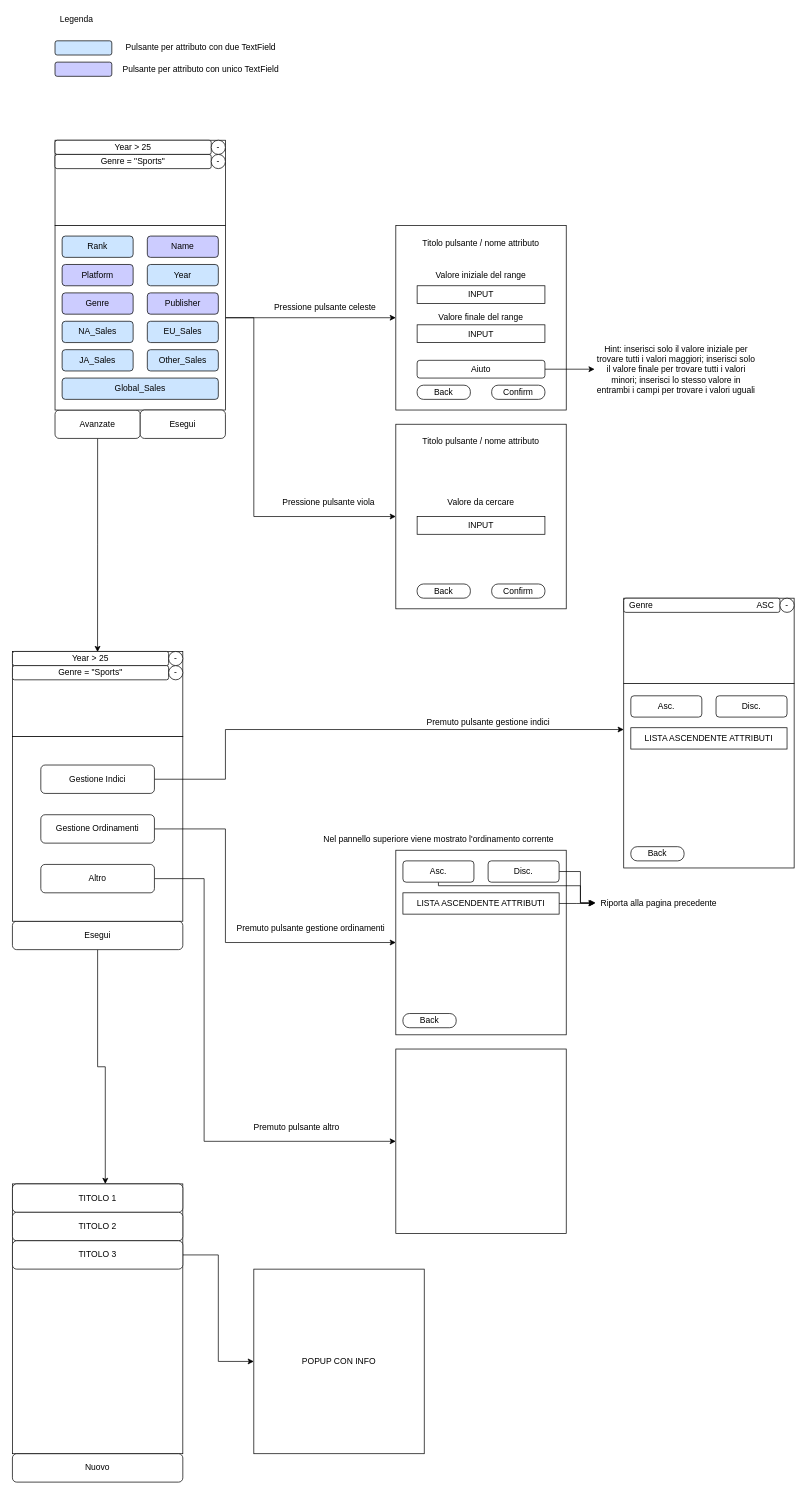
This is Documentation/Schema Interfacce.drawio from frekkanzer2/VGSalesDataAnalyzer, a draw.io file, before an edit. Source tidied: cells renumbered, new cells numbered last; positions are measured from the earlier drawing's top-left corner, leaving out a move shared by most shapes. Both pictures are drawn from the tidied source at 71%, with x=0, y=0 at pixel (12, 12).
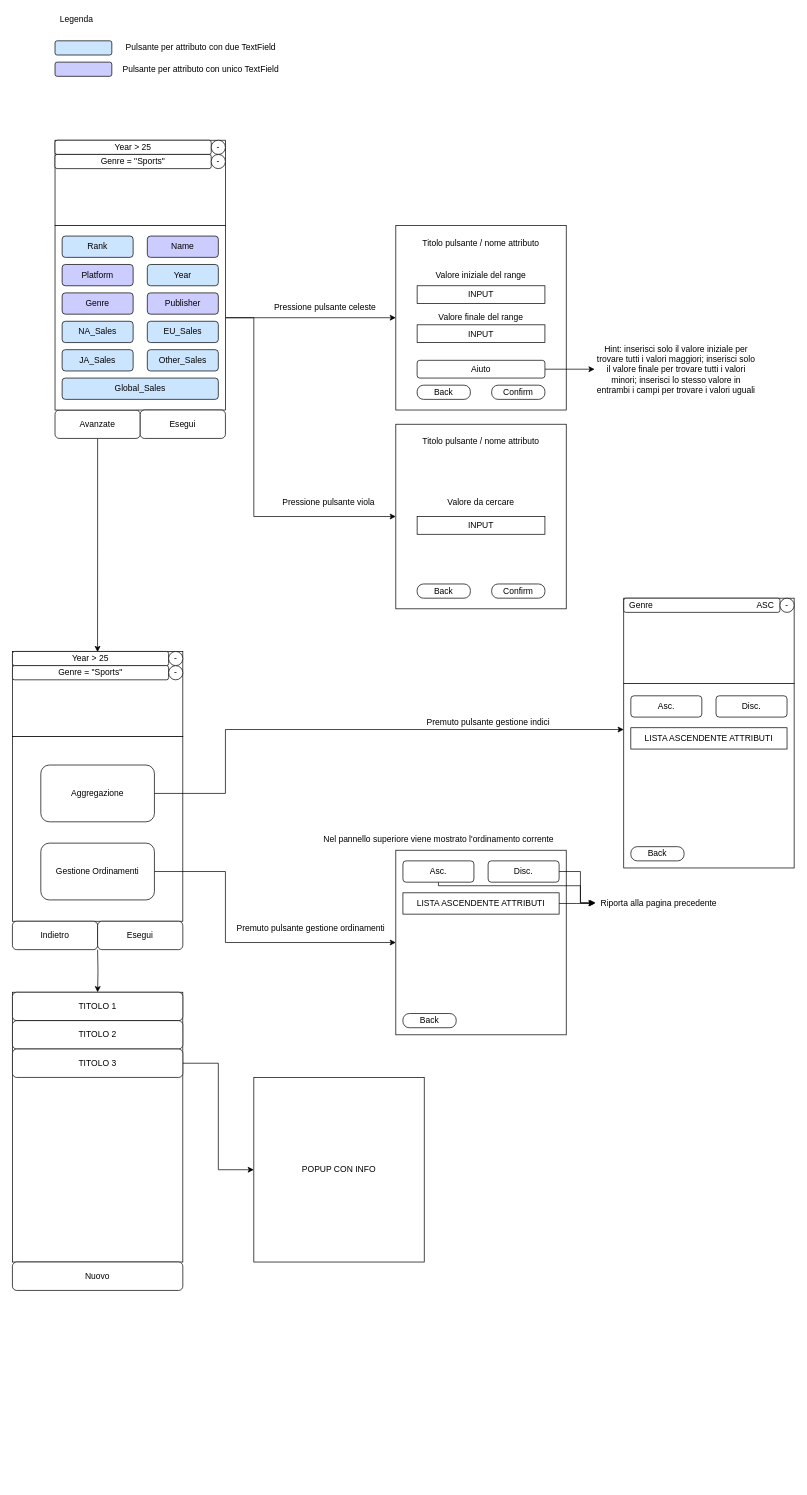
Above is the later version.

Commit message (it also covers changes not shown here):
Updated schema + added aggregation interface

Unchanged cells that the change refers to:
```xml
<mxCell id="76" style="rounded=0;whiteSpace=wrap;html=1;" parent="1" vertex="1">
  <mxGeometry x="861" y="945" width="240" height="260" as="geometry" />
</mxCell>
```

Change to the diagram source:
```diff
@@
-    <mxCell id="52" style="edgeStyle=orthogonalEdgeStyle;rounded=0;jettySize=auto;html=1;entryX=0.545;entryY=0;entryDx=0;entryDy=0;entryPerimeter=0;" parent="1" edge="1" source="53" target="85">
-      <mxGeometry relative="1" as="geometry" />
+    <mxCell id="52" style="edgeStyle=orthogonalEdgeStyle;rounded=0;jettySize=auto;html=1;entryX=0.5;entryY=0;entryDx=0;entryDy=0;" parent="1" edge="1" target="85">
+      <mxGeometry relative="1" as="geometry">
+        <mxPoint x="120" y="1320" as="sourcePoint" />
+      </mxGeometry>
     </mxCell>
-    <mxCell id="53" value="Esegui" style="rounded=1;whiteSpace=wrap;html=1;" parent="1" vertex="1">
-      <mxGeometry y="1280" width="240" height="40" as="geometry" />
-    </mxCell>
@@
     <mxCell id="55" style="edgeStyle=orthogonalEdgeStyle;rounded=0;jettySize=auto;html=1;entryX=0;entryY=0.25;entryDx=0;entryDy=0;" parent="1" edge="1" source="56" target="76">
       <mxGeometry relative="1" as="geometry">
         <Array as="points">
-          <mxPoint x="300" y="1080" />
+          <mxPoint x="300" y="1100" />
           <mxPoint x="300" y="1010" />
         </Array>
       </mxGeometry>
     </mxCell>
-    <mxCell id="56" value="Gestione Indici" style="rounded=1;whiteSpace=wrap;html=1;fillColor=#FFFFFF;" parent="1" vertex="1">
-      <mxGeometry x="40" y="1060" width="160" height="40" as="geometry" />
+    <mxCell id="56" value="Aggregazione" style="rounded=1;whiteSpace=wrap;html=1;fillColor=#FFFFFF;" parent="1" vertex="1">
+      <mxGeometry x="40" y="1060" width="160" height="80" as="geometry" />
     </mxCell>
-    <mxCell id="57" style="edgeStyle=orthogonalEdgeStyle;rounded=0;jettySize=auto;html=1;entryX=0;entryY=0.5;entryDx=0;entryDy=0;" parent="1" edge="1" source="58" target="63">
-      <mxGeometry relative="1" as="geometry">
-        <Array as="points">
-          <mxPoint x="270" y="1220" />
-          <mxPoint x="270" y="1590" />
-        </Array>
-      </mxGeometry>
-    </mxCell>
-    <mxCell id="58" value="Altro" style="rounded=1;whiteSpace=wrap;html=1;fillColor=#FFFFFF;" parent="1" vertex="1">
-      <mxGeometry x="40" y="1200" width="160" height="40" as="geometry" />
-    </mxCell>
     <mxCell id="59" style="edgeStyle=orthogonalEdgeStyle;rounded=0;jettySize=auto;html=1;entryX=0;entryY=0.5;entryDx=0;entryDy=0;" parent="1" edge="1" source="60">
       <mxGeometry relative="1" as="geometry">
         <mxPoint x="540" y="1310" as="targetPoint" />
         <Array as="points">
-          <mxPoint x="300" y="1150" />
+          <mxPoint x="300" y="1210" />
           <mxPoint x="300" y="1310" />
         </Array>
       </mxGeometry>
     </mxCell>
     <mxCell id="60" value="Gestione Ordinamenti" style="rounded=1;whiteSpace=wrap;html=1;fillColor=#FFFFFF;" parent="1" vertex="1">
-      <mxGeometry x="40" y="1130" width="160" height="40" as="geometry" />
+      <mxGeometry x="40" y="1170" width="160" height="80" as="geometry" />
     </mxCell>
@@
-    <mxCell id="63" style="rounded=0;whiteSpace=wrap;html=1;" parent="1" vertex="1">
-      <mxGeometry x="540" y="1460" width="240" height="260" as="geometry" />
-    </mxCell>
@@
-    <mxCell id="65" value="Premuto pulsante altro" style="text;html=1;align=center;verticalAlign=middle;strokeColor=none;" parent="1" vertex="1">
-      <mxGeometry x="330" y="1560" width="140" height="20" as="geometry" />
-    </mxCell>
@@
     <mxCell id="84" style="rounded=0;whiteSpace=wrap;html=1;" parent="1" vertex="1">
-      <mxGeometry y="1650" width="240" height="380" as="geometry" />
+      <mxGeometry y="1380" width="240" height="380" as="geometry" />
     </mxCell>
     <mxCell id="85" value="TITOLO 1" style="rounded=1;whiteSpace=wrap;html=1;" parent="1" vertex="1">
-      <mxGeometry y="1650" width="240" height="40" as="geometry" />
+      <mxGeometry y="1380" width="240" height="40" as="geometry" />
     </mxCell>
     <mxCell id="86" value="Nuovo" style="rounded=1;whiteSpace=wrap;html=1;" parent="1" vertex="1">
-      <mxGeometry y="2030" width="240" height="40" as="geometry" />
+      <mxGeometry y="1760" width="240" height="40" as="geometry" />
     </mxCell>
     <mxCell id="87" value="TITOLO 2" style="rounded=1;whiteSpace=wrap;html=1;" parent="1" vertex="1">
-      <mxGeometry y="1690" width="240" height="40" as="geometry" />
+      <mxGeometry y="1420" width="240" height="40" as="geometry" />
     </mxCell>
@@
     <mxCell id="89" value="TITOLO 3" style="rounded=1;whiteSpace=wrap;html=1;" parent="1" vertex="1">
-      <mxGeometry y="1730" width="240" height="40" as="geometry" />
+      <mxGeometry y="1460" width="240" height="40" as="geometry" />
     </mxCell>
     <mxCell id="90" value="POPUP CON INFO" style="rounded=0;whiteSpace=wrap;html=1;" parent="1" vertex="1">
-      <mxGeometry x="340" y="1770" width="240" height="260" as="geometry" />
+      <mxGeometry x="340" y="1500" width="240" height="260" as="geometry" />
     </mxCell>
+    <mxCell id="91" value="Indietro" style="rounded=1;whiteSpace=wrap;html=1;" parent="1" vertex="1">
+      <mxGeometry y="1280" width="120" height="40" as="geometry" />
+    </mxCell>
+    <mxCell id="53" value="Esegui" style="rounded=1;whiteSpace=wrap;html=1;" parent="1" vertex="1">
+      <mxGeometry x="120" y="1280" width="120" height="40" as="geometry" />
+    </mxCell>
```
